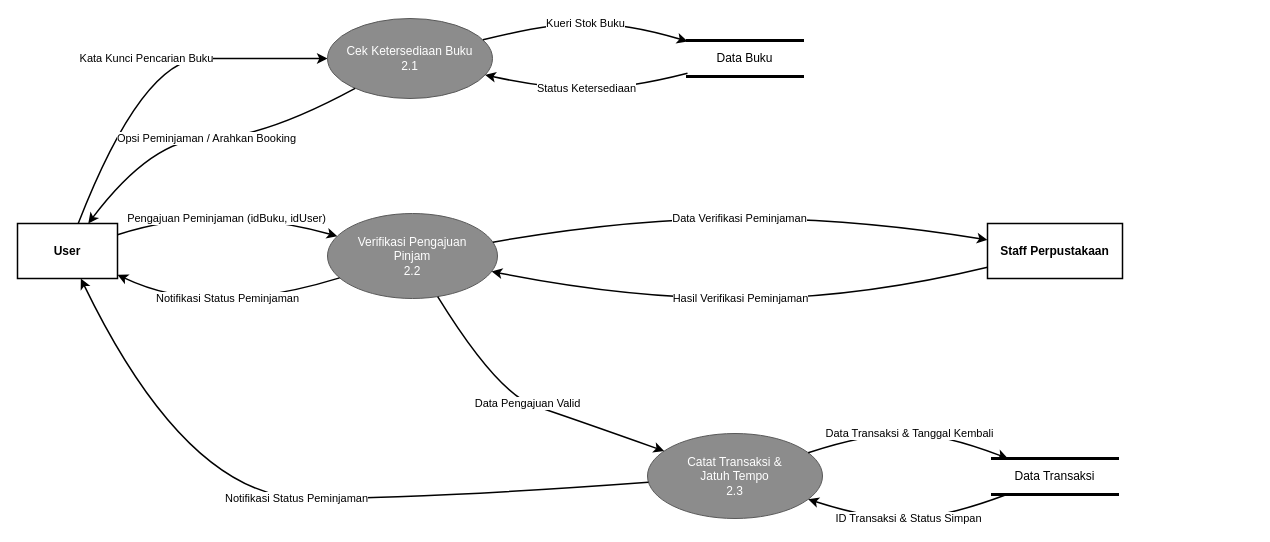
The draw.io diagram DFD Level 2 — Proses 2.0 (Peminjaman Buku).drawio in ding317/ding317, before the edit. Source tidied: cells renumbered, new cells numbered last; positions are measured from the earlier drawing's top-left corner, leaving out a move shared by most shapes. Both pictures are drawn from the tidied source at 100%, with x=0, y=0 at pixel (17, 18).
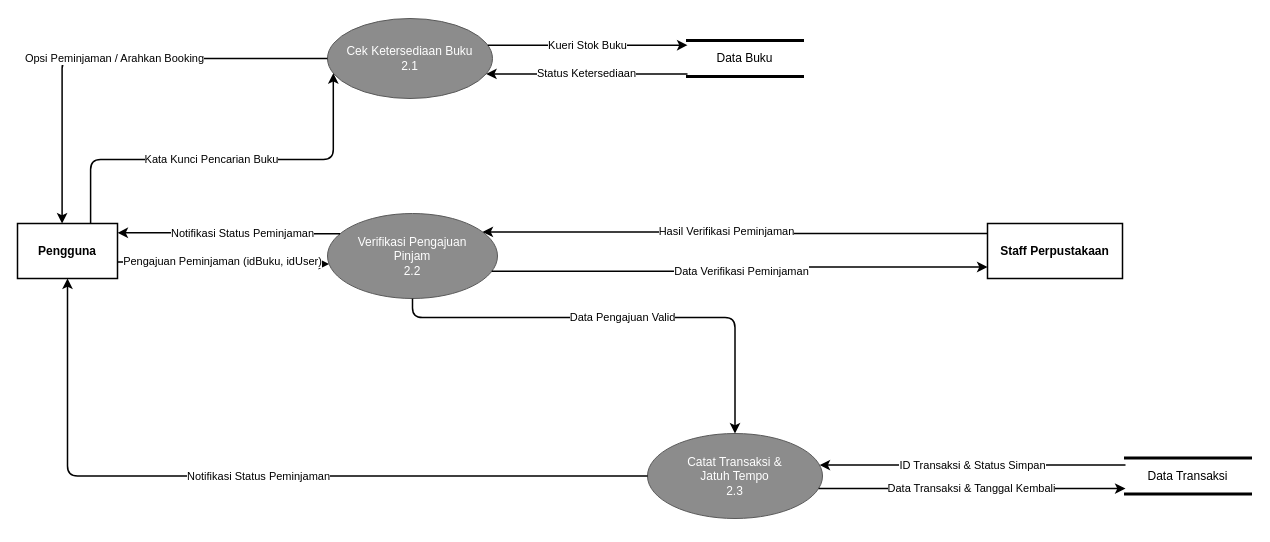
After the change.

Unchanged cells that the change refers to:
```xml
<mxCell id="3" value="Staff Perpustakaan" style="rounded=0;whiteSpace=wrap;html=1;fillColor=#FFFFFF;strokeColor=#000000;strokeWidth=1.5;fontColor=#000000;fontSize=12;fontStyle=1;" parent="1" vertex="1">
  <mxGeometry x="970" y="205" width="135" height="55" as="geometry" />
</mxCell>
<mxCell id="4" value="Cek Ketersediaan Buku&lt;br&gt;2.1" style="ellipse;whiteSpace=wrap;html=1;fillColor=#8C8C8C;strokeColor=#595959;fontColor=#FFFFFF;fontSize=12;" parent="1" vertex="1">
  <mxGeometry x="310" width="165" height="80" as="geometry" />
</mxCell>
<mxCell id="5" value="Verifikasi Pengajuan&lt;br&gt;Pinjam&lt;br&gt;2.2" style="ellipse;whiteSpace=wrap;html=1;fillColor=#8C8C8C;strokeColor=#595959;fontColor=#FFFFFF;fontSize=12;" parent="1" vertex="1">
  <mxGeometry x="310" y="195" width="170" height="85" as="geometry" />
</mxCell>
<mxCell id="6" value="Catat Transaksi &amp;&lt;br&gt;Jatuh Tempo&lt;br&gt;2.3" style="ellipse;whiteSpace=wrap;html=1;fillColor=#8C8C8C;strokeColor=#595959;fontColor=#FFFFFF;fontSize=12;" parent="1" vertex="1">
  <mxGeometry x="630" y="415" width="175" height="85" as="geometry" />
</mxCell>
<mxCell id="7" value="Data Buku" style="shape=partialRectangle;whiteSpace=wrap;html=1;top=1;bottom=1;left=0;right=0;strokeWidth=3;strokeColor=#000000;fillColor=none;fontColor=#000000;fontSize=12;" parent="1" vertex="1">
  <mxGeometry x="670" y="22" width="115" height="36" as="geometry" />
</mxCell>
```

The edit, as a diff of the source:
```diff
@@
-    <mxCell id="2" value="User" style="rounded=0;whiteSpace=wrap;html=1;fillColor=#FFFFFF;strokeColor=#000000;strokeWidth=1.5;fontColor=#000000;fontSize=12;fontStyle=1;" parent="1" vertex="1">
+    <mxCell id="2" value="Pengguna" style="rounded=0;whiteSpace=wrap;html=1;fillColor=#FFFFFF;strokeColor=#000000;strokeWidth=1.5;fontColor=#000000;fontSize=12;fontStyle=1;" parent="1" vertex="1">
       <mxGeometry y="205" width="100" height="55" as="geometry" />
     </mxCell>
@@
     <mxCell id="8" value="Data Transaksi" style="shape=partialRectangle;whiteSpace=wrap;html=1;top=1;bottom=1;left=0;right=0;strokeWidth=3;strokeColor=#000000;fillColor=none;fontColor=#000000;fontSize=12;" parent="1" vertex="1">
-      <mxGeometry x="975" y="440" width="125" height="36" as="geometry" />
+      <mxGeometry x="1108" y="439.5" width="125" height="36" as="geometry" />
     </mxCell>
-    <mxCell id="9" value="Kata Kunci Pencarian Buku" style="curved=1;endArrow=classic;html=1;strokeWidth=1.5;strokeColor=#000000;fontColor=#000000;fontSize=11;labelBackgroundColor=#FFFFFF;" parent="1" edge="1" source="2" target="4">
-      <mxGeometry relative="1" as="geometry">
+    <mxCell id="9" value="Kata Kunci Pencarian Buku" style="endArrow=classic;html=1;strokeWidth=1.5;strokeColor=#000000;fontColor=#000000;fontSize=11;labelBackgroundColor=#FFFFFF;edgeStyle=orthogonalEdgeStyle;" parent="1" edge="1" source="2" target="4">
+      <mxGeometry x="-0.06" relative="1" as="geometry">
         <Array as="points">
-          <mxPoint x="125" y="40" />
-          <mxPoint x="245" y="40" />
+          <mxPoint x="73.1" y="141.1" />
+          <mxPoint x="315.8" y="141.1" />
         </Array>
       </mxGeometry>
     </mxCell>
-    <mxCell id="10" value="Opsi Peminjaman / Arahkan Booking" style="curved=1;endArrow=classic;html=1;strokeWidth=1.5;strokeColor=#000000;fontColor=#000000;fontSize=11;labelBackgroundColor=#FFFFFF;" parent="1" edge="1" source="4" target="2">
-      <mxGeometry relative="1" as="geometry">
+    <mxCell id="10" value="Opsi Peminjaman / Arahkan Booking" style="endArrow=classic;html=1;strokeWidth=1.5;strokeColor=#000000;fontColor=#000000;fontSize=11;labelBackgroundColor=#FFFFFF;edgeStyle=orthogonalEdgeStyle;" parent="1" edge="1" source="4" target="2">
+      <mxGeometry x="-0.01" relative="1" as="geometry">
         <Array as="points">
-          <mxPoint x="245" y="120" />
-          <mxPoint x="135" y="120" />
+          <mxPoint x="44.6" y="40" />
         </Array>
       </mxGeometry>
     </mxCell>
-    <mxCell id="11" value="Kueri Stok Buku" style="curved=1;endArrow=classic;html=1;strokeWidth=1.5;strokeColor=#000000;fontColor=#000000;fontSize=11;labelBackgroundColor=#FFFFFF;" parent="1" edge="1" source="4" target="7">
+    <mxCell id="11" value="Kueri Stok Buku" style="endArrow=classic;html=1;strokeWidth=1.5;strokeColor=#000000;fontColor=#000000;fontSize=11;labelBackgroundColor=#FFFFFF;edgeStyle=orthogonalEdgeStyle;" parent="1" edge="1" source="4" target="7">
       <mxGeometry relative="1" as="geometry">
         <Array as="points">
-          <mxPoint x="530" y="5" />
-          <mxPoint x="610" y="5" />
+          <mxPoint x="513.8" y="26.7" />
+          <mxPoint x="513.8" y="26.7" />
         </Array>
       </mxGeometry>
     </mxCell>
-    <mxCell id="12" value="Status Ketersediaan" style="curved=1;endArrow=classic;html=1;strokeWidth=1.5;strokeColor=#000000;fontColor=#000000;fontSize=11;labelBackgroundColor=#FFFFFF;" parent="1" edge="1" source="7" target="4">
+    <mxCell id="12" value="Status Ketersediaan" style="endArrow=classic;html=1;strokeWidth=1.5;strokeColor=#000000;fontColor=#000000;fontSize=11;labelBackgroundColor=#FFFFFF;edgeStyle=orthogonalEdgeStyle;" parent="1" edge="1" source="7" target="4">
       <mxGeometry relative="1" as="geometry">
         <Array as="points">
-          <mxPoint x="610" y="70" />
-          <mxPoint x="530" y="70" />
+          <mxPoint x="513.8" y="55.4" />
+          <mxPoint x="513.8" y="55.4" />
         </Array>
       </mxGeometry>
     </mxCell>
-    <mxCell id="13" value="Pengajuan Peminjaman (idBuku, idUser)" style="curved=1;endArrow=classic;html=1;strokeWidth=1.5;strokeColor=#000000;fontColor=#000000;fontSize=11;labelBackgroundColor=#FFFFFF;" parent="1" edge="1" source="2" target="5">
-      <mxGeometry relative="1" as="geometry">
+    <mxCell id="13" value="Pengajuan Peminjaman (idBuku, idUser)" style="endArrow=classic;html=1;strokeWidth=1.5;strokeColor=#000000;fontColor=#000000;fontSize=11;labelBackgroundColor=#FFFFFF;edgeStyle=orthogonalEdgeStyle;" parent="1" edge="1" source="2" target="5">
+      <mxGeometry x="-0.02" y="-1" relative="1" as="geometry">
         <Array as="points">
-          <mxPoint x="150" y="200" />
-          <mxPoint x="255" y="200" />
+          <mxPoint x="205" y="243.5" />
+          <mxPoint x="205" y="245.5" />
         </Array>
+        <mxPoint x="1" y="-1" as="offset" />
       </mxGeometry>
     </mxCell>
-    <mxCell id="14" value="Notifikasi Status Peminjaman" style="curved=1;endArrow=classic;html=1;strokeWidth=1.5;strokeColor=#000000;fontColor=#000000;fontSize=11;labelBackgroundColor=#FFFFFF;" parent="1" edge="1" source="5" target="2">
-      <mxGeometry relative="1" as="geometry">
+    <mxCell id="14" value="Notifikasi Status Peminjaman" style="endArrow=classic;html=1;strokeWidth=1.5;strokeColor=#000000;fontColor=#000000;fontSize=11;labelBackgroundColor=#FFFFFF;edgeStyle=orthogonalEdgeStyle;" parent="1" edge="1" source="5" target="2">
+      <mxGeometry x="-0.12" relative="1" as="geometry">
         <Array as="points">
-          <mxPoint x="255" y="280" />
-          <mxPoint x="150" y="280" />
+          <mxPoint x="205" y="215.3" />
+          <mxPoint x="205" y="214.3" />
         </Array>
       </mxGeometry>
     </mxCell>
-    <mxCell id="15" value="Data Verifikasi Peminjaman" style="curved=1;endArrow=classic;html=1;strokeWidth=1.5;strokeColor=#000000;fontColor=#000000;fontSize=11;labelBackgroundColor=#FFFFFF;" parent="1" edge="1" source="5" target="3">
+    <mxCell id="15" value="Data Verifikasi Peminjaman" style="endArrow=classic;html=1;strokeWidth=1.5;strokeColor=#000000;fontColor=#000000;fontSize=11;labelBackgroundColor=#FFFFFF;edgeStyle=orthogonalEdgeStyle;" parent="1" edge="1" source="5" target="3">
       <mxGeometry relative="1" as="geometry">
         <Array as="points">
-          <mxPoint x="610" y="200" />
-          <mxPoint x="840" y="200" />
+          <mxPoint x="725" y="252.8" />
+          <mxPoint x="725" y="248.5" />
         </Array>
       </mxGeometry>
     </mxCell>
-    <mxCell id="16" value="Hasil Verifikasi Peminjaman" style="curved=1;endArrow=classic;html=1;strokeWidth=1.5;strokeColor=#000000;fontColor=#000000;fontSize=11;labelBackgroundColor=#FFFFFF;" parent="1" edge="1" source="3" target="5">
-      <mxGeometry relative="1" as="geometry">
+    <mxCell id="16" value="Hasil Verifikasi Peminjaman" style="endArrow=classic;html=1;strokeWidth=1.5;strokeColor=#000000;fontColor=#000000;fontSize=11;labelBackgroundColor=#FFFFFF;edgeStyle=orthogonalEdgeStyle;" parent="1" edge="1" source="3" target="5">
+      <mxGeometry x="0.04" relative="1" as="geometry">
         <Array as="points">
-          <mxPoint x="840" y="280" />
-          <mxPoint x="610" y="280" />
+          <mxPoint x="725" y="215.1" />
+          <mxPoint x="725" y="213.4" />
         </Array>
       </mxGeometry>
     </mxCell>
-    <mxCell id="17" value="Data Pengajuan Valid" style="curved=1;endArrow=classic;html=1;strokeWidth=1.5;strokeColor=#000000;fontColor=#000000;fontSize=11;labelBackgroundColor=#FFFFFF;" parent="1" edge="1" source="5" target="6">
+    <mxCell id="17" value="Data Pengajuan Valid" style="endArrow=classic;html=1;strokeWidth=1.5;strokeColor=#000000;fontColor=#000000;fontSize=11;labelBackgroundColor=#FFFFFF;edgeStyle=orthogonalEdgeStyle;" parent="1" edge="1" source="5" target="6">
       <mxGeometry relative="1" as="geometry">
         <Array as="points">
-          <mxPoint x="480" y="375" />
-          <mxPoint x="555" y="400" />
+          <mxPoint x="395" y="299.1" />
+          <mxPoint x="717.5" y="299.1" />
         </Array>
       </mxGeometry>
     </mxCell>
-    <mxCell id="18" value="Data Transaksi &amp; Tanggal Kembali" style="curved=1;endArrow=classic;html=1;strokeWidth=1.5;strokeColor=#000000;fontColor=#000000;fontSize=11;labelBackgroundColor=#FFFFFF;" parent="1" edge="1" source="6" target="8">
+    <mxCell id="18" value="Data Transaksi &amp; Tanggal Kembali" style="endArrow=classic;html=1;strokeWidth=1.5;strokeColor=#000000;fontColor=#000000;fontSize=11;labelBackgroundColor=#FFFFFF;edgeStyle=orthogonalEdgeStyle;" parent="1" edge="1" source="6" target="8">
       <mxGeometry relative="1" as="geometry">
         <Array as="points">
-          <mxPoint x="850" y="415" />
-          <mxPoint x="925" y="415" />
+          <mxPoint x="838.3" y="470.1" />
+          <mxPoint x="838.3" y="470.1" />
         </Array>
       </mxGeometry>
     </mxCell>
-    <mxCell id="19" value="ID Transaksi &amp; Status Simpan" style="curved=1;endArrow=classic;html=1;strokeWidth=1.5;strokeColor=#000000;fontColor=#000000;fontSize=11;labelBackgroundColor=#FFFFFF;" parent="1" edge="1" source="8" target="6">
+    <mxCell id="19" value="ID Transaksi &amp; Status Simpan" style="endArrow=classic;html=1;strokeWidth=1.5;strokeColor=#000000;fontColor=#000000;fontSize=11;labelBackgroundColor=#FFFFFF;edgeStyle=orthogonalEdgeStyle;" parent="1" edge="1" source="8" target="6">
       <mxGeometry relative="1" as="geometry">
         <Array as="points">
-          <mxPoint x="925" y="500" />
-          <mxPoint x="850" y="500" />
+          <mxPoint x="834" y="446.6" />
+          <mxPoint x="834" y="446.6" />
         </Array>
       </mxGeometry>
     </mxCell>
-    <mxCell id="20" value="Notifikasi Status Peminjaman" style="curved=1;endArrow=classic;html=1;strokeWidth=1.5;strokeColor=#000000;fontColor=#000000;fontSize=11;labelBackgroundColor=#FFFFFF;" parent="1" edge="1" source="6" target="2">
-      <mxGeometry relative="1" as="geometry">
-        <Array as="points">
-          <mxPoint x="410" y="480" />
-          <mxPoint x="170" y="480" />
-        </Array>
-      </mxGeometry>
+    <mxCell id="20" value="Notifikasi Status Peminjaman" style="endArrow=classic;html=1;strokeWidth=1.5;strokeColor=#000000;fontColor=#000000;fontSize=11;labelBackgroundColor=#FFFFFF;edgeStyle=orthogonalEdgeStyle;" parent="1" edge="1" source="6" target="2">
+      <mxGeometry relative="1" as="geometry" />
     </mxCell>
```
